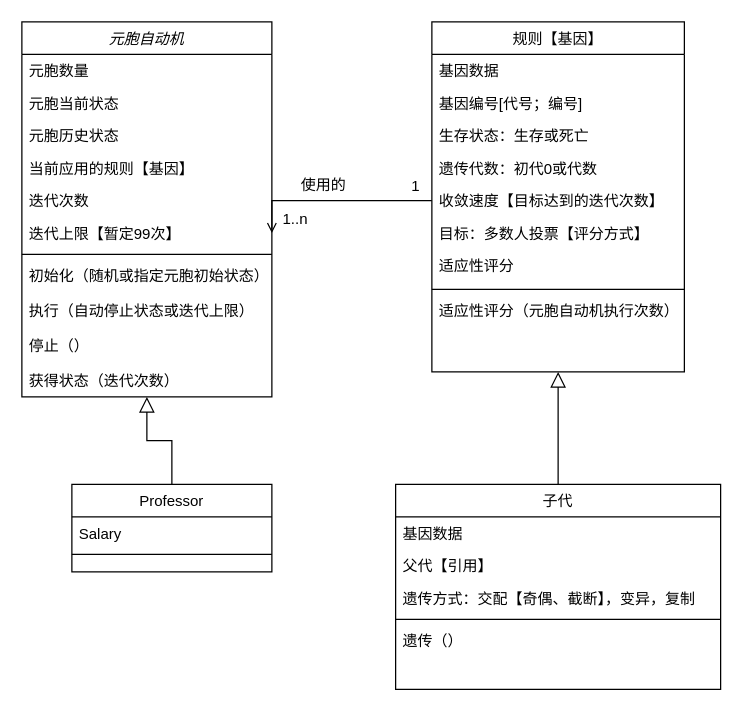
Above: 元胞自动机V0.5.drawio in ligumi/CellularAutomataProject (draw.io), before the change. Source tidied: cells renumbered, new cells numbered last; positions are measured from the earlier drawing's top-left corner, leaving out a move shared by most shapes. Both pictures are drawn from the tidied source at 125%, with x=0, y=0 at pixel (21, 21).
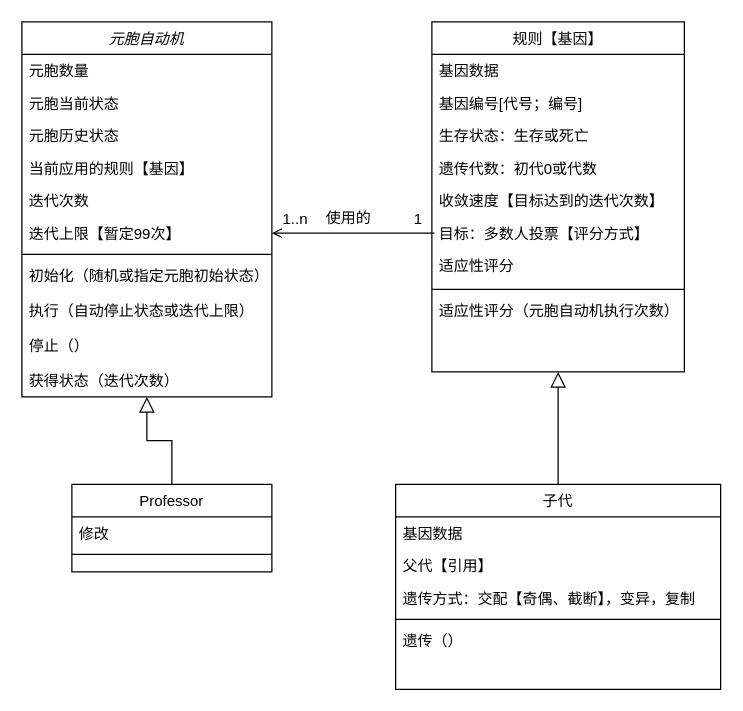
Above is the later version.

Commit message:
Update 元胞自动机V0.5.drawio

Unchanged cells that the change refers to:
```xml
<mxCell id="8" value="迭代上限【暂定99次】" style="text;align=left;verticalAlign=top;spacingLeft=4;spacingRight=4;overflow=hidden;points=[[0,0.5],[1,0.5]];portConstraint=eastwest;rounded=0;shadow=0;html=0;" parent="2" vertex="1">
  <mxGeometry y="156" width="200" height="26" as="geometry" />
</mxCell>
<mxCell id="21" value="Professor" style="swimlane;fontStyle=0;align=center;verticalAlign=top;horizontal=1;startSize=26;rounded=0;shadow=0;strokeWidth=1;" parent="1" vertex="1">
  <mxGeometry x="40" y="370" width="160" height="70" as="geometry" />
</mxCell>
```

Change to the diagram source:
```diff
@@
-    <mxCell id="22" value="Salary" style="text;align=left;verticalAlign=top;spacingLeft=4;spacingRight=4;overflow=hidden;" parent="21" vertex="1">
+    <mxCell id="22" value="修改" style="text;align=left;verticalAlign=top;spacingLeft=4;spacingRight=4;overflow=hidden;" parent="21" vertex="1">
       <mxGeometry y="26" width="160" height="26" as="geometry" />
     </mxCell>
@@
     <mxCell id="35" style="endArrow=open;shadow=0;strokeWidth=1;rounded=0;endFill=1;edgeStyle=elbowEdgeStyle;elbow=vertical;entryX=1;entryY=0.5;entryDx=0;entryDy=0;" parent="1" edge="1" target="8">
       <mxGeometry x="0.5" y="41" relative="1" as="geometry">
-        <mxPoint x="328" y="143" as="sourcePoint" />
+        <mxPoint x="330" y="169" as="sourcePoint" />
         <Array as="points">
+          <mxPoint x="270" y="169" />
           <mxPoint x="260" y="143" />
         </Array>
         <mxPoint x="-40" y="32" as="offset" />
       </mxGeometry>
     </mxCell>
```
